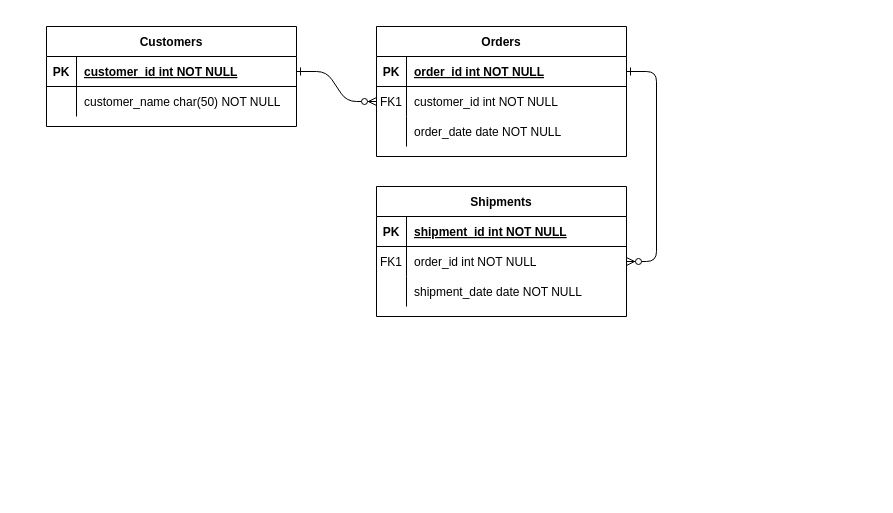
Pavneetk/Restaraunt-Order-App keeps this draw.io diagram as public/styles/Untitled Diagram.drawio. Above is the earlier version. Source tidied: cells renumbered, new cells numbered last; positions are measured from the earlier drawing's top-left corner, leaving out a move shared by most shapes. Both pictures are drawn from the tidied source at 100%, with x=0, y=0 at pixel (46, 26).
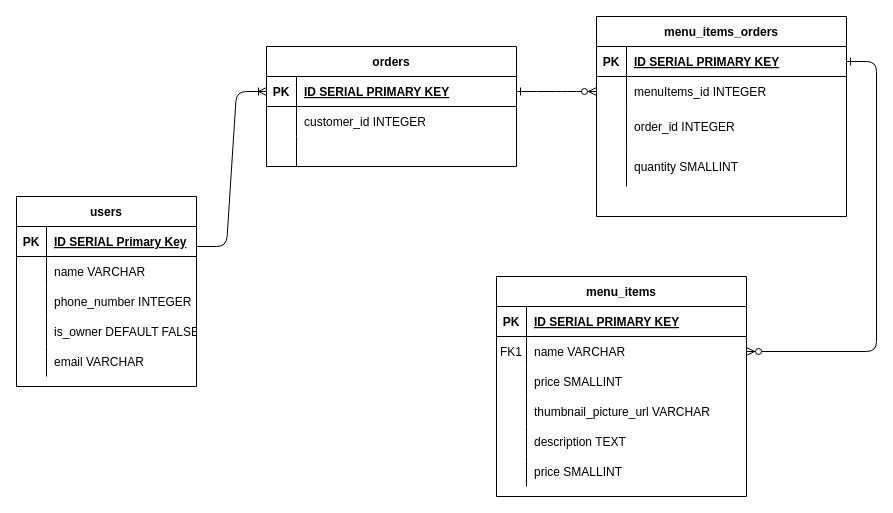
The same page after the edit.

Commit message:
Midterm food app project

Unchanged cells that the change refers to:
```xml
<mxCell id="5" style="shape=partialRectangle;fillColor=none;points=[[0,0.5],[1,0.5]];portConstraint=eastwest;top=0;left=0;right=0;bottom=1;" parent="4" vertex="1">
  <mxGeometry y="30" width="250" height="30" as="geometry" />
</mxCell>
<mxCell id="8" style="shape=partialRectangle;fillColor=none;points=[[0,0.5],[1,0.5]];portConstraint=eastwest;top=0;left=0;right=0;bottom=0;" parent="4" vertex="1">
  <mxGeometry y="60" width="250" height="30" as="geometry" />
</mxCell>
<mxCell id="15" style="shape=partialRectangle;fillColor=none;top=0;left=0;right=0;bottom=1;" parent="14" vertex="1">
  <mxGeometry y="30" width="250" height="30" as="geometry" />
</mxCell>
<mxCell id="18" style="shape=partialRectangle;fillColor=none;points=[[0,0.5],[1,0.5]];portConstraint=eastwest;top=0;left=0;right=0;bottom=0;" parent="14" vertex="1">
  <mxGeometry y="60" width="250" height="30" as="geometry" />
</mxCell>
<mxCell id="21" style="shape=partialRectangle;fillColor=none;top=0;left=0;right=0;bottom=0;" parent="14" vertex="1">
  <mxGeometry y="90" width="250" height="30" as="geometry" />
</mxCell>
<mxCell id="25" style="shape=partialRectangle;fillColor=none;points=[[0,0.5],[1,0.5]];portConstraint=eastwest;top=0;left=0;right=0;bottom=1;" parent="24" vertex="1">
  <mxGeometry y="30" width="250" height="30" as="geometry" />
</mxCell>
<mxCell id="28" style="shape=partialRectangle;fillColor=none;top=0;left=0;right=0;bottom=0;" parent="24" vertex="1">
  <mxGeometry y="60" width="250" height="30" as="geometry" />
</mxCell>
```

What changed in the source:
```diff
@@
-    <mxCell id="4" value="Orders" style="shape=table;startSize=30;childLayout=tableLayout;rowLines=0;fontStyle=1;align=center;" parent="1" vertex="1">
-      <mxGeometry x="330" width="250" height="130" as="geometry" />
+    <mxCell id="4" value="menu_items_orders" style="shape=table;startSize=30;childLayout=tableLayout;rowLines=0;fontStyle=1;align=center;" parent="1" vertex="1">
+      <mxGeometry x="550" y="-10" width="250" height="200" as="geometry" />
     </mxCell>
@@
-    <mxCell id="7" value="order_id int NOT NULL " style="shape=partialRectangle;overflow=hidden;fillColor=none;top=0;left=0;bottom=0;right=0;align=left;spacingLeft=6;fontStyle=5;" parent="5" vertex="1">
+    <mxCell id="7" value="ID SERIAL PRIMARY KEY" style="shape=partialRectangle;overflow=hidden;fillColor=none;top=0;left=0;bottom=0;right=0;align=left;spacingLeft=6;fontStyle=5;" parent="5" vertex="1">
       <mxGeometry x="30" width="220" height="30" as="geometry" />
     </mxCell>
@@
-    <mxCell id="9" value="FK1" style="shape=partialRectangle;overflow=hidden;fillColor=none;top=0;left=0;bottom=0;right=0;" parent="8" vertex="1">
+    <mxCell id="9" style="shape=partialRectangle;overflow=hidden;fillColor=none;top=0;left=0;bottom=0;right=0;" parent="8" vertex="1">
       <mxGeometry width="30" height="30" as="geometry" />
     </mxCell>
-    <mxCell id="10" value="customer_id int NOT NULL" style="shape=partialRectangle;overflow=hidden;fillColor=none;top=0;left=0;bottom=0;right=0;align=left;spacingLeft=6;" parent="8" vertex="1">
+    <mxCell id="10" value="menuItems_id INTEGER" style="shape=partialRectangle;overflow=hidden;fillColor=none;top=0;left=0;bottom=0;right=0;align=left;spacingLeft=6;" parent="8" vertex="1">
       <mxGeometry x="30" width="220" height="30" as="geometry" />
     </mxCell>
     <mxCell id="11" style="shape=partialRectangle;fillColor=none;top=0;left=0;right=0;bottom=0;" parent="4" vertex="1">
-      <mxGeometry y="90" width="250" height="30" as="geometry" />
+      <mxGeometry y="90" width="250" height="40" as="geometry" />
     </mxCell>
     <mxCell id="12" style="shape=partialRectangle;overflow=hidden;fillColor=none;top=0;left=0;bottom=0;right=0;" parent="11" vertex="1">
-      <mxGeometry width="30" height="30" as="geometry" />
+      <mxGeometry width="30" height="40" as="geometry" />
     </mxCell>
-    <mxCell id="13" value="order_date date NOT NULL" style="shape=partialRectangle;overflow=hidden;fillColor=none;top=0;left=0;bottom=0;right=0;align=left;spacingLeft=6;" parent="11" vertex="1">
-      <mxGeometry x="30" width="220" height="30" as="geometry" />
+    <mxCell id="13" value="order_id INTEGER" style="shape=partialRectangle;overflow=hidden;fillColor=none;top=0;left=0;bottom=0;right=0;align=left;spacingLeft=6;" parent="11" vertex="1">
+      <mxGeometry x="30" width="220" height="40" as="geometry" />
     </mxCell>
+    <mxCell id="31" style="shape=partialRectangle;fillColor=none;top=0;left=0;right=0;bottom=0;" parent="4" vertex="1">
+      <mxGeometry y="130" width="250" height="40" as="geometry" />
+    </mxCell>
+    <mxCell id="32" style="shape=partialRectangle;overflow=hidden;fillColor=none;top=0;left=0;bottom=0;right=0;" parent="31" vertex="1">
+      <mxGeometry width="30" height="40" as="geometry" />
+    </mxCell>
+    <mxCell id="33" value="quantity SMALLINT" style="shape=partialRectangle;overflow=hidden;fillColor=none;top=0;left=0;bottom=0;right=0;align=left;spacingLeft=6;" parent="31" vertex="1">
+      <mxGeometry x="30" width="220" height="40" as="geometry" />
+    </mxCell>
-    <mxCell id="14" value="Shipments" style="shape=table;startSize=30;childLayout=tableLayout;rowLines=0;fontStyle=1;align=center;" parent="1" vertex="1">
-      <mxGeometry x="330" y="160" width="250" height="130" as="geometry" />
+    <mxCell id="14" value="menu_items" style="shape=table;startSize=30;childLayout=tableLayout;rowLines=0;fontStyle=1;align=center;" parent="1" vertex="1">
+      <mxGeometry x="450" y="250" width="250" height="220" as="geometry" />
     </mxCell>
@@
-    <mxCell id="17" value="shipment_id int NOT NULL " style="shape=partialRectangle;overflow=hidden;fillColor=none;top=0;left=0;bottom=0;right=0;align=left;spacingLeft=6;fontStyle=5;" parent="15" vertex="1">
+    <mxCell id="17" value="ID SERIAL PRIMARY KEY" style="shape=partialRectangle;overflow=hidden;fillColor=none;top=0;left=0;bottom=0;right=0;align=left;spacingLeft=6;fontStyle=5;" parent="15" vertex="1">
       <mxGeometry x="30" width="220" height="30" as="geometry" />
     </mxCell>
@@
-    <mxCell id="20" value="order_id int NOT NULL" style="shape=partialRectangle;overflow=hidden;fillColor=none;top=0;left=0;bottom=0;right=0;align=left;spacingLeft=6;" parent="18" vertex="1">
+    <mxCell id="20" value="name VARCHAR" style="shape=partialRectangle;overflow=hidden;fillColor=none;top=0;left=0;bottom=0;right=0;align=left;spacingLeft=6;" parent="18" vertex="1">
       <mxGeometry x="30" width="220" height="30" as="geometry" />
     </mxCell>
@@
-    <mxCell id="23" value="shipment_date date NOT NULL" style="shape=partialRectangle;overflow=hidden;fillColor=none;top=0;left=0;bottom=0;right=0;align=left;spacingLeft=6;" parent="21" vertex="1">
+    <mxCell id="23" value="price SMALLINT" style="shape=partialRectangle;overflow=hidden;fillColor=none;top=0;left=0;bottom=0;right=0;align=left;spacingLeft=6;" parent="21" vertex="1">
       <mxGeometry x="30" width="220" height="30" as="geometry" />
     </mxCell>
+    <mxCell id="34" style="shape=partialRectangle;fillColor=none;top=0;left=0;right=0;bottom=0;" parent="14" vertex="1">
+      <mxGeometry y="120" width="250" height="30" as="geometry" />
+    </mxCell>
+    <mxCell id="35" style="shape=partialRectangle;overflow=hidden;fillColor=none;top=0;left=0;bottom=0;right=0;" parent="34" vertex="1">
+      <mxGeometry width="30" height="30" as="geometry" />
+    </mxCell>
+    <mxCell id="36" value="thumbnail_picture_url VARCHAR" style="shape=partialRectangle;overflow=hidden;fillColor=none;top=0;left=0;bottom=0;right=0;align=left;spacingLeft=6;" parent="34" vertex="1">
+      <mxGeometry x="30" width="220" height="30" as="geometry" />
+    </mxCell>
+    <mxCell id="37" style="shape=partialRectangle;fillColor=none;top=0;left=0;right=0;bottom=0;" parent="14" vertex="1">
+      <mxGeometry y="150" width="250" height="30" as="geometry" />
+    </mxCell>
+    <mxCell id="38" style="shape=partialRectangle;overflow=hidden;fillColor=none;top=0;left=0;bottom=0;right=0;" parent="37" vertex="1">
+      <mxGeometry width="30" height="30" as="geometry" />
+    </mxCell>
+    <mxCell id="39" value="description TEXT" style="shape=partialRectangle;overflow=hidden;fillColor=none;top=0;left=0;bottom=0;right=0;align=left;spacingLeft=6;" parent="37" vertex="1">
+      <mxGeometry x="30" width="220" height="30" as="geometry" />
+    </mxCell>
+    <mxCell id="40" style="shape=partialRectangle;fillColor=none;top=0;left=0;right=0;bottom=0;" parent="14" vertex="1">
+      <mxGeometry y="180" width="250" height="30" as="geometry" />
+    </mxCell>
+    <mxCell id="41" style="shape=partialRectangle;overflow=hidden;fillColor=none;top=0;left=0;bottom=0;right=0;" parent="40" vertex="1">
+      <mxGeometry width="30" height="30" as="geometry" />
+    </mxCell>
+    <mxCell id="42" value="price SMALLINT" style="shape=partialRectangle;overflow=hidden;fillColor=none;top=0;left=0;bottom=0;right=0;align=left;spacingLeft=6;" parent="40" vertex="1">
+      <mxGeometry x="30" width="220" height="30" as="geometry" />
+    </mxCell>
-    <mxCell id="24" value="Customers" style="shape=table;startSize=30;childLayout=tableLayout;rowLines=0;fontStyle=1;align=center;" parent="1" vertex="1">
-      <mxGeometry width="250" height="100" as="geometry" />
+    <mxCell id="24" value="orders" style="shape=table;startSize=30;childLayout=tableLayout;rowLines=0;fontStyle=1;align=center;" parent="1" vertex="1">
+      <mxGeometry x="220" y="20" width="250" height="120" as="geometry" />
     </mxCell>
@@
-    <mxCell id="27" value="customer_id int NOT NULL " style="shape=partialRectangle;overflow=hidden;fillColor=none;top=0;left=0;bottom=0;right=0;align=left;spacingLeft=6;fontStyle=5;" parent="25" vertex="1">
+    <mxCell id="27" value="ID SERIAL PRIMARY KEY" style="shape=partialRectangle;overflow=hidden;fillColor=none;top=0;left=0;bottom=0;right=0;align=left;spacingLeft=6;fontStyle=5;" parent="25" vertex="1">
       <mxGeometry x="30" width="220" height="30" as="geometry" />
     </mxCell>
@@
-    <mxCell id="30" value="customer_name char(50) NOT NULL" style="shape=partialRectangle;overflow=hidden;fillColor=none;top=0;left=0;bottom=0;right=0;align=left;spacingLeft=6;" parent="28" vertex="1">
+    <mxCell id="30" value="customer_id INTEGER" style="shape=partialRectangle;overflow=hidden;fillColor=none;top=0;left=0;bottom=0;right=0;align=left;spacingLeft=6;" parent="28" vertex="1">
       <mxGeometry x="30" width="220" height="30" as="geometry" />
     </mxCell>
+    <mxCell id="43" style="shape=partialRectangle;fillColor=none;top=0;left=0;right=0;bottom=0;" parent="24" vertex="1">
+      <mxGeometry y="90" width="250" height="30" as="geometry" />
+    </mxCell>
+    <mxCell id="44" style="shape=partialRectangle;overflow=hidden;fillColor=none;top=0;left=0;bottom=0;right=0;" parent="43" vertex="1">
+      <mxGeometry width="30" height="30" as="geometry" />
+    </mxCell>
+    <mxCell id="45" style="shape=partialRectangle;overflow=hidden;fillColor=none;top=0;left=0;bottom=0;right=0;align=left;spacingLeft=6;" parent="43" vertex="1">
+      <mxGeometry x="30" width="220" height="30" as="geometry" />
+    </mxCell>
+    <mxCell id="46" value="users" style="shape=table;startSize=30;childLayout=tableLayout;rowLines=0;fontStyle=1;align=center;" parent="1" vertex="1">
+      <mxGeometry x="-30" y="170" width="180" height="190" as="geometry" />
+    </mxCell>
+    <mxCell id="47" style="shape=partialRectangle;fillColor=none;top=0;left=0;bottom=1;right=0;" parent="46" vertex="1">
+      <mxGeometry y="30" width="180" height="30" as="geometry" />
+    </mxCell>
+    <mxCell id="48" value="PK" style="shape=partialRectangle;fillColor=none;top=0;left=0;bottom=0;right=0;fontStyle=1;overflow=hidden;" parent="47" vertex="1">
+      <mxGeometry width="30" height="30" as="geometry" />
+    </mxCell>
+    <mxCell id="49" value="ID SERIAL Primary Key" style="shape=partialRectangle;fillColor=none;top=0;left=0;bottom=0;right=0;align=left;spacingLeft=6;fontStyle=5;overflow=hidden;" parent="47" vertex="1">
+      <mxGeometry x="30" width="150" height="30" as="geometry" />
+    </mxCell>
+    <mxCell id="50" style="shape=partialRectangle;fillColor=none;top=0;left=0;bottom=0;right=0;" parent="46" vertex="1">
+      <mxGeometry y="60" width="180" height="30" as="geometry" />
+    </mxCell>
+    <mxCell id="51" style="shape=partialRectangle;fillColor=none;top=0;left=0;bottom=0;right=0;overflow=hidden;" parent="50" vertex="1">
+      <mxGeometry width="30" height="30" as="geometry" />
+    </mxCell>
+    <mxCell id="52" value="name VARCHAR" style="shape=partialRectangle;fillColor=none;top=0;left=0;bottom=0;right=0;align=left;spacingLeft=6;overflow=hidden;" parent="50" vertex="1">
+      <mxGeometry x="30" width="150" height="30" as="geometry" />
+    </mxCell>
+    <mxCell id="53" style="shape=partialRectangle;fillColor=none;top=0;left=0;bottom=0;right=0;" parent="46" vertex="1">
+      <mxGeometry y="90" width="180" height="30" as="geometry" />
+    </mxCell>
+    <mxCell id="54" style="shape=partialRectangle;fillColor=none;top=0;left=0;bottom=0;right=0;overflow=hidden;" parent="53" vertex="1">
+      <mxGeometry width="30" height="30" as="geometry" />
+    </mxCell>
+    <mxCell id="55" value="phone_number INTEGER" style="shape=partialRectangle;fillColor=none;top=0;left=0;bottom=0;right=0;align=left;spacingLeft=6;overflow=hidden;" parent="53" vertex="1">
+      <mxGeometry x="30" width="150" height="30" as="geometry" />
+    </mxCell>
+    <mxCell id="56" style="shape=partialRectangle;fillColor=none;top=0;left=0;bottom=0;right=0;" parent="46" vertex="1">
+      <mxGeometry y="120" width="180" height="30" as="geometry" />
+    </mxCell>
+    <mxCell id="57" style="shape=partialRectangle;fillColor=none;top=0;left=0;bottom=0;right=0;overflow=hidden;" parent="56" vertex="1">
+      <mxGeometry width="30" height="30" as="geometry" />
+    </mxCell>
+    <mxCell id="58" value="is_owner DEFAULT FALSE" style="shape=partialRectangle;fillColor=none;top=0;left=0;bottom=0;right=0;align=left;spacingLeft=6;overflow=hidden;" parent="56" vertex="1">
+      <mxGeometry x="30" width="150" height="30" as="geometry" />
+    </mxCell>
+    <mxCell id="59" style="shape=partialRectangle;fillColor=none;top=0;left=0;bottom=0;right=0;" parent="46" vertex="1">
+      <mxGeometry y="150" width="180" height="30" as="geometry" />
+    </mxCell>
+    <mxCell id="60" style="shape=partialRectangle;fillColor=none;top=0;left=0;bottom=0;right=0;overflow=hidden;" parent="59" vertex="1">
+      <mxGeometry width="30" height="30" as="geometry" />
+    </mxCell>
+    <mxCell id="61" value="email VARCHAR" style="shape=partialRectangle;fillColor=none;top=0;left=0;bottom=0;right=0;align=left;spacingLeft=6;overflow=hidden;" parent="59" vertex="1">
+      <mxGeometry x="30" width="150" height="30" as="geometry" />
+    </mxCell>
+    <mxCell id="62" style="edgeStyle=entityRelationEdgeStyle;fontSize=12;html=1;endArrow=ERoneToMany;entryX=0;entryY=0.5;entryDx=0;entryDy=0;" parent="1" edge="1" target="25">
+      <mxGeometry relative="1" as="geometry">
+        <mxPoint x="150" y="220" as="sourcePoint" />
+      </mxGeometry>
+    </mxCell>
```
